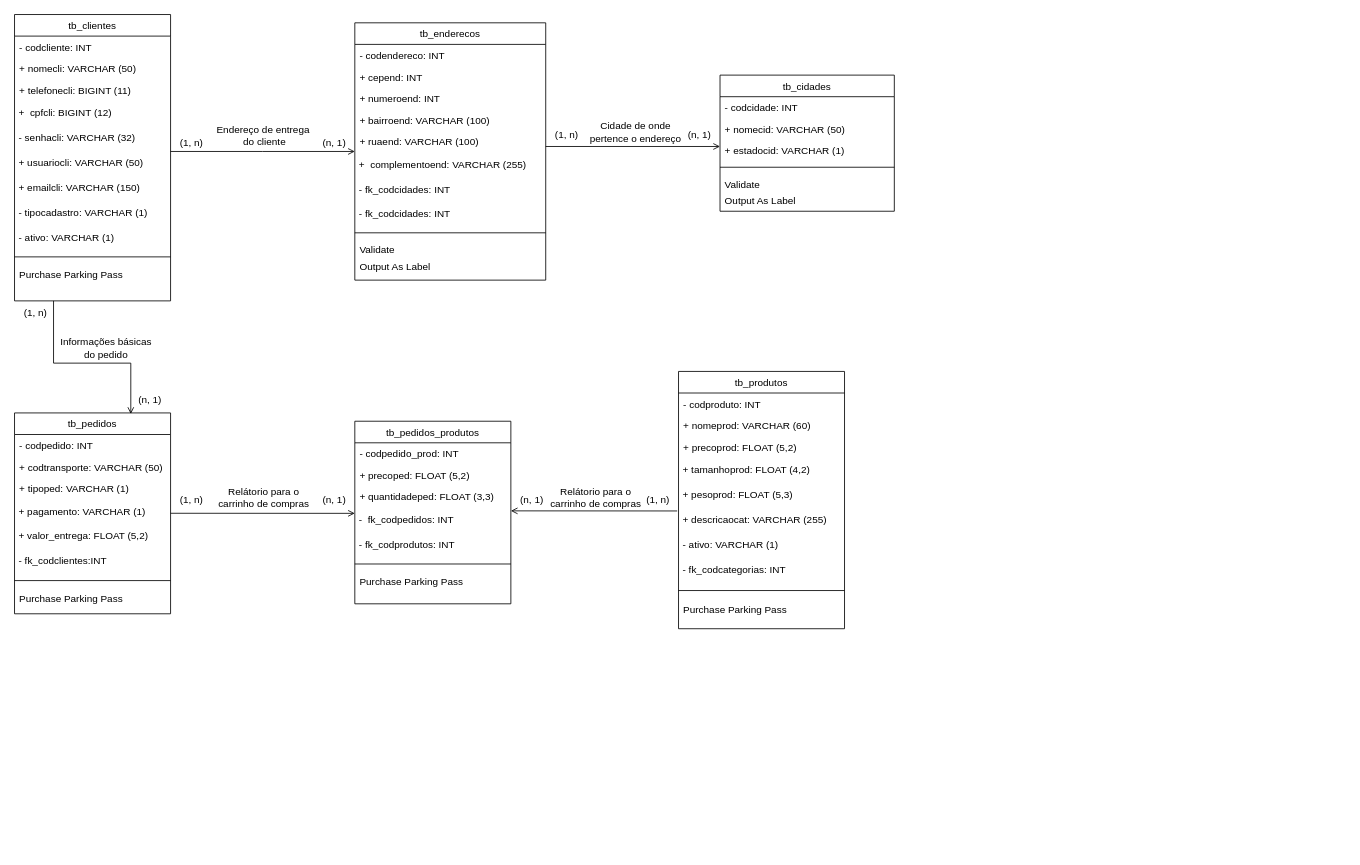
The draw.io diagram diagrama de classe.drawio in LukaPaganoti/TCC-CEEP, before the edit. Source tidied: cells renumbered, new cells numbered last; positions are measured from the earlier drawing's top-left corner, leaving out a move shared by most shapes. Both pictures are drawn from the tidied source at 83%, with x=0, y=0 at pixel (14, 14).
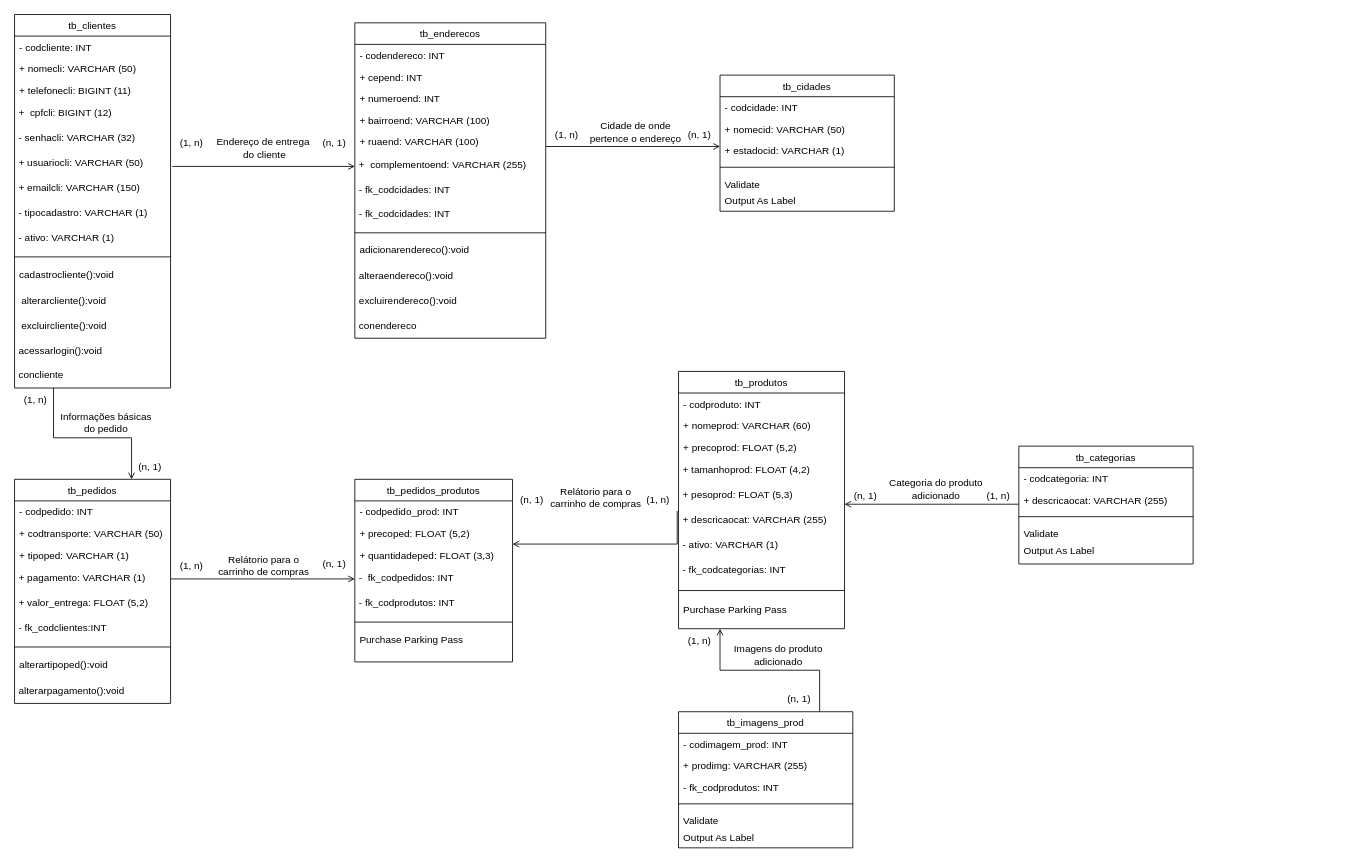
The same diagram, later.

The change refers to these unchanged cells:
```xml
<mxCell id="8" value="&amp;nbsp;+ usuariocli: VARCHAR (50)" style="text;html=1;align=left;verticalAlign=middle;points=[];strokeColor=none;fillColor=none;" parent="2" vertex="1">
  <mxGeometry y="164" width="188" height="30" as="geometry" />
</mxCell>
<mxCell id="70" value="tb_produtos" style="swimlane;fontStyle=0;align=center;verticalAlign=top;horizontal=1;startSize=26;rounded=0;shadow=0;strokeWidth=1;fontFamily=Arial;" parent="1" vertex="1">
  <mxGeometry x="800" y="430" width="200" height="310" as="geometry" />
</mxCell>
<mxCell id="76" value="&amp;nbsp;+ descricaocat: VARCHAR (255)" style="text;html=1;align=left;verticalAlign=middle;points=[];strokeColor=none;fillColor=none;" parent="70" vertex="1">
  <mxGeometry y="164" width="200" height="30" as="geometry" />
</mxCell>
```

The edit, as a diff of the source:
```diff
@@
     <mxCell id="2" value="tb_clientes" style="swimlane;fontStyle=0;align=center;verticalAlign=top;horizontal=1;startSize=26;rounded=0;shadow=0;strokeWidth=1;fontFamily=Arial;" parent="1" vertex="1">
-      <mxGeometry width="188" height="345" as="geometry" />
+      <mxGeometry width="188" height="450" as="geometry" />
     </mxCell>
@@
-    <mxCell id="13" value="Purchase Parking Pass" style="text;align=left;verticalAlign=top;spacingLeft=4;spacingRight=4;overflow=hidden;fontFamily=Arial;" parent="2" vertex="1">
-      <mxGeometry y="300" width="188" height="32" as="geometry" />
+    <mxCell id="13" value="cadastrocliente():void" style="text;align=left;verticalAlign=top;spacingLeft=4;spacingRight=4;overflow=hidden;fontFamily=Arial;" parent="2" vertex="1">
+      <mxGeometry y="300" width="188" height="30" as="geometry" />
     </mxCell>
+    <mxCell id="86" value="&amp;nbsp; alterarcliente():void" style="text;html=1;align=left;verticalAlign=middle;strokeColor=none;fillColor=none;" parent="2" vertex="1">
+      <mxGeometry y="330" width="188" height="30" as="geometry" />
+    </mxCell>
+    <mxCell id="87" value="&amp;nbsp; excluircliente():void" style="text;html=1;align=left;verticalAlign=middle;strokeColor=none;fillColor=none;" parent="2" vertex="1">
+      <mxGeometry y="360" width="188" height="30" as="geometry" />
+    </mxCell>
+    <mxCell id="88" value="&amp;nbsp;acessarlogin():void" style="text;html=1;align=left;verticalAlign=middle;strokeColor=none;fillColor=none;" parent="2" vertex="1">
+      <mxGeometry y="390" width="188" height="30" as="geometry" />
+    </mxCell>
+    <mxCell id="89" value="&amp;nbsp;concliente" style="text;html=1;align=left;verticalAlign=middle;strokeColor=none;fillColor=none;" parent="2" vertex="1">
+      <mxGeometry y="420" width="188" height="30" as="geometry" />
+    </mxCell>
     <mxCell id="14" value="tb_enderecos" style="swimlane;fontStyle=0;align=center;verticalAlign=top;horizontal=1;startSize=26;rounded=0;shadow=0;strokeWidth=1;fontFamily=Arial;" parent="1" vertex="1">
-      <mxGeometry x="410" y="10" width="230" height="310" as="geometry" />
+      <mxGeometry x="410" y="10" width="230" height="380" as="geometry" />
     </mxCell>
@@
-    <mxCell id="24" value="Validate" style="text;align=left;verticalAlign=top;spacingLeft=4;spacingRight=4;overflow=hidden;fontFamily=Arial;" parent="14" vertex="1">
-      <mxGeometry y="260" width="230" height="20" as="geometry" />
+    <mxCell id="24" value="adicionarendereco():void" style="text;align=left;verticalAlign=top;spacingLeft=4;spacingRight=4;overflow=hidden;fontFamily=Arial;" parent="14" vertex="1">
+      <mxGeometry y="260" width="230" height="30" as="geometry" />
     </mxCell>
-    <mxCell id="25" value="Output As Label" style="text;align=left;verticalAlign=top;spacingLeft=4;spacingRight=4;overflow=hidden;fontFamily=Arial;" parent="14" vertex="1">
-      <mxGeometry y="280" width="230" height="26" as="geometry" />
-    </mxCell>
+    <mxCell id="90" value="&amp;nbsp;alteraendereco():void" style="text;html=1;align=left;verticalAlign=middle;strokeColor=none;fillColor=none;" parent="14" vertex="1">
+      <mxGeometry y="290" width="230" height="30" as="geometry" />
+    </mxCell>
+    <mxCell id="91" value="&amp;nbsp;excluirendereco():void" style="text;html=1;align=left;verticalAlign=middle;strokeColor=none;fillColor=none;" parent="14" vertex="1">
+      <mxGeometry y="320" width="230" height="30" as="geometry" />
+    </mxCell>
+    <mxCell id="92" value="&amp;nbsp;conendereco" style="text;html=1;align=left;verticalAlign=middle;strokeColor=none;fillColor=none;" parent="14" vertex="1">
+      <mxGeometry y="350" width="230" height="30" as="geometry" />
+    </mxCell>
-    <mxCell id="26" style="endArrow=open;shadow=0;strokeWidth=1;rounded=0;endFill=1;edgeStyle=elbowEdgeStyle;elbow=vertical;fontFamily=Arial;" parent="1" edge="1" source="2" target="14">
+    <mxCell id="26" style="endArrow=open;shadow=0;strokeWidth=1;rounded=0;endFill=1;edgeStyle=elbowEdgeStyle;elbow=vertical;fontFamily=Arial;exitX=1.011;exitY=0.633;exitDx=0;exitDy=0;exitPerimeter=0;" parent="1" edge="1" source="8" target="14">
       <mxGeometry x="0.5" y="41" relative="1" as="geometry">
         <mxPoint x="-40" y="32" as="offset" />
       </mxGeometry>
     </mxCell>
@@
     <mxCell id="28" value="Endereço de entrega&amp;nbsp; &lt;br&gt;do cliente" style="text;html=1;align=center;verticalAlign=middle;labelBackgroundColor=none;rounded=0;shadow=0;strokeWidth=1;fontSize=12;fontFamily=Arial;" parent="26" vertex="1">
       <mxGeometry x="0.5" y="49" relative="1" as="geometry">
-        <mxPoint x="-55" y="29" as="offset" />
+        <mxPoint x="-55" y="26" as="offset" />
       </mxGeometry>
     </mxCell>
@@
     <mxCell id="41" value="tb_pedidos" style="swimlane;fontStyle=0;align=center;verticalAlign=top;horizontal=1;startSize=26;rounded=0;shadow=0;strokeWidth=1;fontFamily=Arial;" parent="1" vertex="1">
-      <mxGeometry y="480" width="188" height="242" as="geometry" />
+      <mxGeometry y="560" width="188" height="270" as="geometry" />
     </mxCell>
@@
-    <mxCell id="49" value="Purchase Parking Pass" style="text;align=left;verticalAlign=top;spacingLeft=4;spacingRight=4;overflow=hidden;fontFamily=Arial;" parent="41" vertex="1">
-      <mxGeometry y="210" width="188" height="32" as="geometry" />
+    <mxCell id="49" value="alterartipoped():void" style="text;align=left;verticalAlign=top;spacingLeft=4;spacingRight=4;overflow=hidden;fontFamily=Arial;" parent="41" vertex="1">
+      <mxGeometry y="210" width="188" height="30" as="geometry" />
     </mxCell>
+    <mxCell id="93" value="&amp;nbsp;alterarpagamento():void" style="text;html=1;align=left;verticalAlign=middle;strokeColor=none;fillColor=none;" parent="41" vertex="1">
+      <mxGeometry y="240" width="188" height="30" as="geometry" />
+    </mxCell>
-    <mxCell id="50" style="endArrow=open;shadow=0;strokeWidth=1;rounded=0;endFill=1;edgeStyle=elbowEdgeStyle;elbow=vertical;fontFamily=Arial;entryX=0.042;entryY=1.042;entryDx=0;entryDy=0;entryPerimeter=0;exitX=0.25;exitY=1;exitDx=0;exitDy=0;" parent="1" edge="1" source="2" target="54">
+    <mxCell id="50" style="endArrow=open;shadow=0;strokeWidth=1;rounded=0;endFill=1;edgeStyle=elbowEdgeStyle;elbow=vertical;fontFamily=Arial;entryX=0.75;entryY=0;entryDx=0;entryDy=0;exitX=0.25;exitY=1;exitDx=0;exitDy=0;" parent="1" edge="1" source="2" target="41">
       <mxGeometry x="0.5" y="41" relative="1" as="geometry">
         <Array as="points">
-          <mxPoint x="70" y="420" />
+          <mxPoint x="90" y="510" />
         </Array>
         <mxPoint x="-40" y="32" as="offset" />
       </mxGeometry>
     </mxCell>
@@
     <mxCell id="52" value="Informações básicas&lt;br&gt;do pedido" style="text;html=1;align=center;verticalAlign=middle;labelBackgroundColor=none;rounded=0;shadow=0;strokeWidth=1;fontSize=12;fontFamily=Arial;" parent="1" vertex="1">
-      <mxGeometry x="110" y="400" as="geometry">
+      <mxGeometry x="110" y="490" as="geometry">
         <mxPoint x="-1" y="1" as="offset" />
       </mxGeometry>
     </mxCell>
     <mxCell id="53" value="(1, n)" style="text;html=1;align=center;verticalAlign=middle;strokeColor=none;fillColor=none;" parent="1" vertex="1">
-      <mxGeometry y="345" width="50" height="30" as="geometry" />
+      <mxGeometry y="450" width="50" height="30" as="geometry" />
     </mxCell>
     <mxCell id="54" value="(n, 1)" style="text;html=1;align=center;verticalAlign=middle;points=[];strokeColor=none;fillColor=none;" parent="1" vertex="1">
-      <mxGeometry x="138" y="450" width="50" height="30" as="geometry" />
+      <mxGeometry x="138" y="530" width="50" height="30" as="geometry" />
     </mxCell>
     <mxCell id="55" value="tb_pedidos_produtos" style="swimlane;fontStyle=0;align=center;verticalAlign=top;horizontal=1;startSize=26;rounded=0;shadow=0;strokeWidth=1;fontFamily=Arial;" parent="1" vertex="1">
-      <mxGeometry x="410" y="490" width="188" height="220" as="geometry" />
+      <mxGeometry x="410" y="560" width="190" height="220" as="geometry" />
     </mxCell>
     <mxCell id="56" value="- codpedido_prod: INT" style="text;align=left;verticalAlign=top;spacingLeft=4;spacingRight=4;overflow=hidden;fontFamily=Arial;" parent="55" vertex="1">
-      <mxGeometry y="26" width="188" height="26" as="geometry" />
+      <mxGeometry y="26" width="190" height="26" as="geometry" />
     </mxCell>
     <mxCell id="57" value="+ precoped: FLOAT (5,2)" style="text;align=left;verticalAlign=top;spacingLeft=4;spacingRight=4;overflow=hidden;rounded=0;shadow=0;html=0;fontFamily=Arial;" parent="55" vertex="1">
-      <mxGeometry y="52" width="188" height="26" as="geometry" />
+      <mxGeometry y="52" width="190" height="26" as="geometry" />
     </mxCell>
     <mxCell id="58" value="+ quantidadeped: FLOAT (3,3)" style="text;align=left;verticalAlign=top;spacingLeft=4;spacingRight=4;overflow=hidden;rounded=0;shadow=0;html=0;fontFamily=Arial;" parent="55" vertex="1">
-      <mxGeometry y="78" width="188" height="26" as="geometry" />
+      <mxGeometry y="78" width="190" height="26" as="geometry" />
     </mxCell>
     <mxCell id="59" value="&amp;nbsp;-&amp;nbsp; fk_codpedidos: INT" style="text;html=1;align=left;verticalAlign=middle;points=[];strokeColor=none;fillColor=none;" parent="55" vertex="1">
-      <mxGeometry y="104" width="188" height="30" as="geometry" />
+      <mxGeometry y="104" width="190" height="30" as="geometry" />
     </mxCell>
     <mxCell id="60" value="&amp;nbsp;- fk_codprodutos: INT" style="text;html=1;align=left;verticalAlign=middle;strokeColor=none;fillColor=none;" parent="55" vertex="1">
-      <mxGeometry y="134" width="188" height="30" as="geometry" />
+      <mxGeometry y="134" width="190" height="30" as="geometry" />
     </mxCell>
     <mxCell id="61" style="line;html=1;strokeWidth=1;align=left;verticalAlign=middle;spacingTop=-1;spacingLeft=3;spacingRight=3;labelPosition=right;fontFamily=Arial;" parent="55" vertex="1">
-      <mxGeometry y="164" width="188" height="16" as="geometry" />
+      <mxGeometry y="164" width="190" height="16" as="geometry" />
     </mxCell>
     <mxCell id="62" value="Purchase Parking Pass" style="text;align=left;verticalAlign=top;spacingLeft=4;spacingRight=4;overflow=hidden;fontFamily=Arial;" parent="55" vertex="1">
-      <mxGeometry y="180" width="188" height="30" as="geometry" />
+      <mxGeometry y="180" width="190" height="30" as="geometry" />
     </mxCell>
     <mxCell id="63" style="endArrow=open;shadow=0;strokeWidth=1;rounded=0;endFill=1;edgeStyle=elbowEdgeStyle;elbow=vertical;fontFamily=Arial;" parent="1" edge="1">
       <mxGeometry x="0.5" y="41" relative="1" as="geometry">
-        <mxPoint x="188" y="600.9" as="sourcePoint" />
-        <mxPoint x="410" y="600.9" as="targetPoint" />
+        <mxPoint x="188" y="680" as="sourcePoint" />
+        <mxPoint x="410" y="680" as="targetPoint" />
         <mxPoint x="-40" y="32" as="offset" />
       </mxGeometry>
     </mxCell>
@@
     <mxCell id="67" value="Relátorio para o&lt;br&gt;carrinho de compras" style="text;html=1;align=center;verticalAlign=middle;labelBackgroundColor=none;rounded=0;shadow=0;strokeWidth=1;fontSize=12;fontFamily=Arial;" parent="1" vertex="1">
-      <mxGeometry x="300" y="580" as="geometry">
+      <mxGeometry x="300" y="662" as="geometry">
         <mxPoint x="-1" y="1" as="offset" />
       </mxGeometry>
     </mxCell>
     <mxCell id="68" value="(1, n)" style="text;html=1;align=center;verticalAlign=middle;strokeColor=none;fillColor=none;" parent="1" vertex="1">
-      <mxGeometry x="188" y="570" width="50" height="30" as="geometry" />
+      <mxGeometry x="188" y="650" width="50" height="30" as="geometry" />
     </mxCell>
     <mxCell id="69" value="(n, 1)" style="text;html=1;align=center;verticalAlign=middle;strokeColor=none;fillColor=none;" parent="1" vertex="1">
-      <mxGeometry x="360" y="570" width="50" height="30" as="geometry" />
+      <mxGeometry x="360" y="647" width="50" height="30" as="geometry" />
     </mxCell>
@@
-    <mxCell id="81" style="endArrow=open;shadow=0;strokeWidth=1;rounded=0;endFill=1;edgeStyle=elbowEdgeStyle;elbow=vertical;fontFamily=Arial;exitX=-0.008;exitY=0.137;exitDx=0;exitDy=0;exitPerimeter=0;" parent="1" edge="1" source="76" target="59">
+    <mxCell id="81" style="endArrow=open;shadow=0;strokeWidth=1;rounded=0;endFill=1;edgeStyle=elbowEdgeStyle;elbow=vertical;fontFamily=Arial;exitX=-0.008;exitY=0.137;exitDx=0;exitDy=0;exitPerimeter=0;" parent="1" edge="1" source="76">
       <mxGeometry x="0.5" y="41" relative="1" as="geometry">
+        <mxPoint x="600" y="638" as="targetPoint" />
+        <Array as="points">
+          <mxPoint x="700" y="638" />
+        </Array>
         <mxPoint x="-40" y="32" as="offset" />
       </mxGeometry>
     </mxCell>
@@
+    <mxCell id="94" value="tb_categorias" style="swimlane;fontStyle=0;align=center;verticalAlign=top;horizontal=1;startSize=26;rounded=0;shadow=0;strokeWidth=1;fontFamily=Arial;" parent="1" vertex="1">
+      <mxGeometry x="1210" y="520" width="210" height="142" as="geometry" />
+    </mxCell>
+    <mxCell id="95" value="- codcategoria: INT" style="text;align=left;verticalAlign=top;spacingLeft=4;spacingRight=4;overflow=hidden;fontFamily=Arial;" parent="94" vertex="1">
+      <mxGeometry y="26" width="210" height="26" as="geometry" />
+    </mxCell>
+    <mxCell id="96" value="+ descricaocat: VARCHAR (255)" style="text;align=left;verticalAlign=top;spacingLeft=4;spacingRight=4;overflow=hidden;points=[[0,0.5],[1,0.5]];portConstraint=eastwest;rounded=0;shadow=0;html=0;fontFamily=Arial;" parent="94" vertex="1">
+      <mxGeometry y="52" width="210" height="26" as="geometry" />
+    </mxCell>
+    <mxCell id="97" style="line;html=1;strokeWidth=1;align=left;verticalAlign=middle;spacingTop=-1;spacingLeft=3;spacingRight=3;labelPosition=right;fontFamily=Arial;" parent="94" vertex="1">
+      <mxGeometry y="78" width="210" height="14" as="geometry" />
+    </mxCell>
+    <mxCell id="98" value="Validate" style="text;align=left;verticalAlign=top;spacingLeft=4;spacingRight=4;overflow=hidden;fontFamily=Arial;" parent="94" vertex="1">
+      <mxGeometry y="92" width="210" height="20" as="geometry" />
+    </mxCell>
+    <mxCell id="99" value="Output As Label" style="text;align=left;verticalAlign=top;spacingLeft=4;spacingRight=4;overflow=hidden;fontFamily=Arial;" parent="94" vertex="1">
+      <mxGeometry y="112" width="210" height="26" as="geometry" />
+    </mxCell>
+    <mxCell id="100" style="endArrow=open;shadow=0;strokeWidth=1;rounded=0;endFill=1;edgeStyle=elbowEdgeStyle;elbow=vertical;fontFamily=Arial;exitX=0;exitY=0.692;exitDx=0;exitDy=0;exitPerimeter=0;" parent="1" edge="1" source="96">
+      <mxGeometry x="0.5" y="41" relative="1" as="geometry">
+        <mxPoint x="1000" y="590" as="targetPoint" />
+        <mxPoint x="-40" y="32" as="offset" />
+      </mxGeometry>
+    </mxCell>
+    <mxCell id="101" style="align=left;verticalAlign=bottom;labelBackgroundColor=none;fontSize=12;fontFamily=Arial;" parent="100" vertex="1">
+      <mxGeometry x="-1" relative="1" as="geometry">
+        <mxPoint x="392" y="-11" as="offset" />
+      </mxGeometry>
+    </mxCell>
+    <mxCell id="102" value="(n, 1)" style="text;html=1;align=center;verticalAlign=middle;strokeColor=none;fillColor=none;" parent="1" vertex="1">
+      <mxGeometry x="1000" y="565" width="50" height="30" as="geometry" />
+    </mxCell>
+    <mxCell id="103" value="(1, n)" style="text;html=1;align=center;verticalAlign=middle;strokeColor=none;fillColor=none;" parent="1" vertex="1">
+      <mxGeometry x="1160" y="565" width="50" height="30" as="geometry" />
+    </mxCell>
+    <mxCell id="104" value="Categoria do produto&lt;br&gt;adicionado" style="text;html=1;align=center;verticalAlign=middle;labelBackgroundColor=none;rounded=0;shadow=0;strokeWidth=1;fontSize=12;fontFamily=Arial;" parent="1" vertex="1">
+      <mxGeometry x="1110" y="570" as="geometry">
+        <mxPoint x="-1" y="1" as="offset" />
+      </mxGeometry>
+    </mxCell>
+    <mxCell id="105" style="endArrow=open;shadow=0;strokeWidth=1;rounded=0;endFill=1;edgeStyle=elbowEdgeStyle;elbow=vertical;fontFamily=Arial;entryX=0.25;entryY=1;entryDx=0;entryDy=0;" parent="1" edge="1" target="70">
+      <mxGeometry x="0.5" y="41" relative="1" as="geometry">
+        <mxPoint x="970" y="840" as="sourcePoint" />
+        <mxPoint x="-40" y="32" as="offset" />
+      </mxGeometry>
+    </mxCell>
+    <mxCell id="106" style="align=left;verticalAlign=bottom;labelBackgroundColor=none;fontSize=12;fontFamily=Arial;" parent="105" vertex="1">
+      <mxGeometry x="-1" relative="1" as="geometry">
+        <mxPoint x="392" y="-11" as="offset" />
+      </mxGeometry>
+    </mxCell>
+    <mxCell id="107" value="tb_imagens_prod" style="swimlane;fontStyle=0;align=center;verticalAlign=top;horizontal=1;startSize=26;rounded=0;shadow=0;strokeWidth=1;fontFamily=Arial;" parent="1" vertex="1">
+      <mxGeometry x="800" y="840" width="210" height="164" as="geometry" />
+    </mxCell>
+    <mxCell id="108" value="- codimagem_prod: INT" style="text;align=left;verticalAlign=top;spacingLeft=4;spacingRight=4;overflow=hidden;fontFamily=Arial;" parent="107" vertex="1">
+      <mxGeometry y="26" width="210" height="26" as="geometry" />
+    </mxCell>
+    <mxCell id="109" value="+ prodimg: VARCHAR (255)" style="text;align=left;verticalAlign=top;spacingLeft=4;spacingRight=4;overflow=hidden;rounded=0;shadow=0;html=0;fontFamily=Arial;" parent="107" vertex="1">
+      <mxGeometry y="52" width="210" height="26" as="geometry" />
+    </mxCell>
+    <mxCell id="110" value="- fk_codprodutos: INT" style="text;align=left;verticalAlign=top;spacingLeft=4;spacingRight=4;overflow=hidden;rounded=0;shadow=0;html=0;fontFamily=Arial;" parent="107" vertex="1">
+      <mxGeometry y="78" width="210" height="26" as="geometry" />
+    </mxCell>
+    <mxCell id="111" style="line;html=1;strokeWidth=1;align=left;verticalAlign=middle;spacingTop=-1;spacingLeft=3;spacingRight=3;labelPosition=right;fontFamily=Arial;" parent="107" vertex="1">
+      <mxGeometry y="104" width="210" height="14" as="geometry" />
+    </mxCell>
+    <mxCell id="112" value="Validate" style="text;align=left;verticalAlign=top;spacingLeft=4;spacingRight=4;overflow=hidden;fontFamily=Arial;" parent="107" vertex="1">
+      <mxGeometry y="118" width="210" height="20" as="geometry" />
+    </mxCell>
+    <mxCell id="113" value="Output As Label" style="text;align=left;verticalAlign=top;spacingLeft=4;spacingRight=4;overflow=hidden;fontFamily=Arial;" parent="107" vertex="1">
+      <mxGeometry y="138" width="210" height="26" as="geometry" />
+    </mxCell>
+    <mxCell id="114" value="Imagens do produto&lt;br&gt;adicionado" style="text;html=1;align=center;verticalAlign=middle;labelBackgroundColor=none;rounded=0;shadow=0;strokeWidth=1;fontSize=12;fontFamily=Arial;" parent="1" vertex="1">
+      <mxGeometry x="920" y="770" as="geometry">
+        <mxPoint x="-1" y="1" as="offset" />
+      </mxGeometry>
+    </mxCell>
+    <mxCell id="115" value="(n, 1)" style="text;html=1;align=center;verticalAlign=middle;strokeColor=none;fillColor=none;" parent="1" vertex="1">
+      <mxGeometry x="920" y="810" width="50" height="30" as="geometry" />
+    </mxCell>
+    <mxCell id="116" value="(1, n)" style="text;html=1;align=center;verticalAlign=middle;strokeColor=none;fillColor=none;" parent="1" vertex="1">
+      <mxGeometry x="800" y="740" width="50" height="30" as="geometry" />
+    </mxCell>
```
